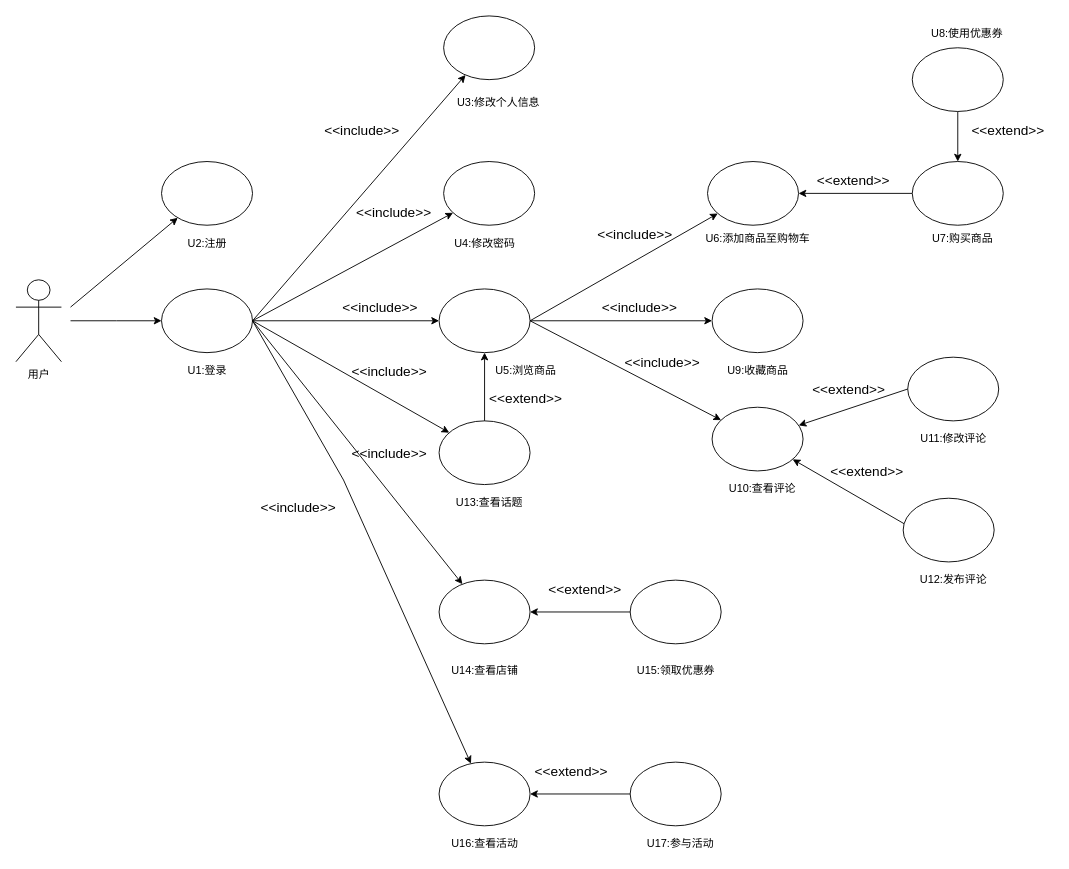
The draw.io diagram 软工导论小组作业/需求建模之用例模型（商品模块-用户）.drawio in app1echip/grams, before the edit. Source tidied: cells renumbered, new cells numbered last; positions are measured from the earlier drawing's top-left corner, leaving out a move shared by most shapes. Both pictures are drawn from the tidied source at 91%, with x=0, y=0 at pixel (15, 15).
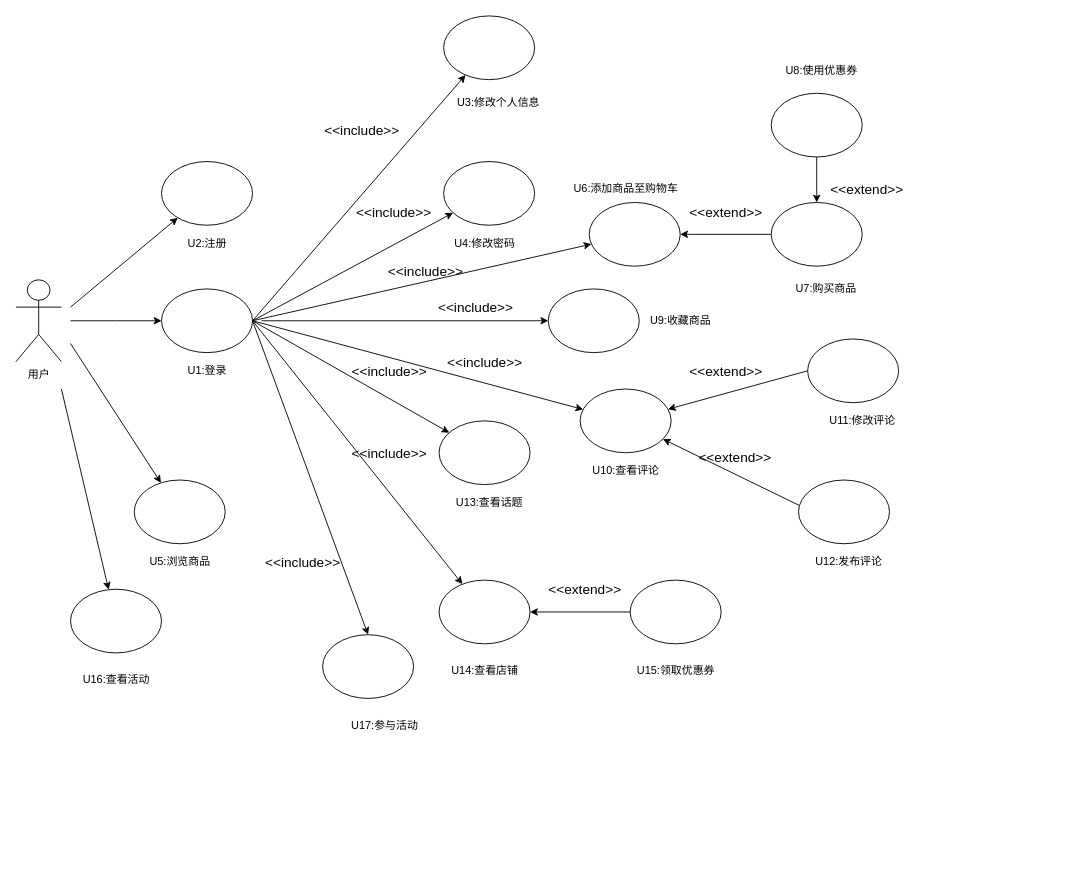
The same diagram, later.

Commit message:
Update 需求建模之用例模型（商品模块-用户）.drawio

Unchanged cells that the change refers to:
```xml
<mxCell id="6" style="ellipse;whiteSpace=wrap;html=1;" parent="1" vertex="1">
  <mxGeometry x="160" y="300" width="100" height="70" as="geometry" />
</mxCell>
<mxCell id="27" style="ellipse;whiteSpace=wrap;html=1;" parent="1" vertex="1">
  <mxGeometry x="465" y="445" width="100" height="70" as="geometry" />
</mxCell>
```

Diff of the diagram source:
```diff
@@
-    <mxCell id="7" style="edgeStyle=none;rounded=0;jettySize=auto;html=1;entryX=1;entryY=0.5;entryDx=0;entryDy=0;startArrow=classic;startFill=1;endArrow=none;endFill=0;" parent="1" edge="1" source="9" target="6">
-      <mxGeometry relative="1" as="geometry" />
+    <mxCell id="7" style="edgeStyle=none;rounded=0;jettySize=auto;html=1;startArrow=classic;startFill=1;endArrow=none;endFill=0;" parent="1" edge="1" source="71">
+      <mxGeometry relative="1" as="geometry">
+        <mxPoint x="60" y="360" as="targetPoint" />
+      </mxGeometry>
     </mxCell>
-    <mxCell id="8" style="edgeStyle=none;rounded=0;jettySize=auto;html=1;entryX=0.5;entryY=0;entryDx=0;entryDy=0;startArrow=classic;startFill=1;endArrow=none;endFill=0;" parent="1" edge="1" source="9" target="27">
-      <mxGeometry relative="1" as="geometry" />
-    </mxCell>
-    <mxCell id="9" style="ellipse;whiteSpace=wrap;html=1;" parent="1" vertex="1">
-      <mxGeometry x="465" y="300" width="100" height="70" as="geometry" />
-    </mxCell>
-    <mxCell id="10" style="edgeStyle=none;rounded=0;jettySize=auto;html=1;entryX=1;entryY=0.5;entryDx=0;entryDy=0;startArrow=classic;startFill=1;endArrow=none;endFill=0;" parent="1" edge="1" source="11" target="9">
-      <mxGeometry relative="1" as="geometry" />
+    <mxCell id="10" style="edgeStyle=none;rounded=0;jettySize=auto;html=1;startArrow=classic;startFill=1;endArrow=none;endFill=0;" parent="1" edge="1" source="11">
+      <mxGeometry relative="1" as="geometry">
+        <mxPoint x="260" y="335" as="targetPoint" />
+      </mxGeometry>
     </mxCell>
     <mxCell id="11" style="ellipse;whiteSpace=wrap;html=1;" parent="1" vertex="1">
-      <mxGeometry x="760" y="160" width="100" height="70" as="geometry" />
+      <mxGeometry x="630" y="205" width="100" height="70" as="geometry" />
     </mxCell>
@@
     <mxCell id="14" style="ellipse;whiteSpace=wrap;html=1;" parent="1" vertex="1">
-      <mxGeometry x="985" y="160" width="100" height="70" as="geometry" />
+      <mxGeometry x="830" y="205" width="100" height="70" as="geometry" />
     </mxCell>
@@
-    <mxCell id="17" style="edgeStyle=none;rounded=0;jettySize=auto;html=1;entryX=1;entryY=0.5;entryDx=0;entryDy=0;startArrow=classic;startFill=1;endArrow=none;endFill=0;" parent="1" edge="1" source="20" target="9">
-      <mxGeometry relative="1" as="geometry" />
+    <mxCell id="17" style="edgeStyle=none;rounded=0;jettySize=auto;html=1;startArrow=classic;startFill=1;endArrow=none;endFill=0;" parent="1" edge="1" source="20">
+      <mxGeometry relative="1" as="geometry">
+        <mxPoint x="260" y="335" as="targetPoint" />
+      </mxGeometry>
     </mxCell>
@@
     <mxCell id="20" style="ellipse;whiteSpace=wrap;html=1;" parent="1" vertex="1">
-      <mxGeometry x="765" y="430" width="100" height="70" as="geometry" />
+      <mxGeometry x="620" y="410" width="100" height="70" as="geometry" />
     </mxCell>
@@
     <mxCell id="24" style="ellipse;whiteSpace=wrap;html=1;" parent="1" vertex="1">
-      <mxGeometry x="980" y="375" width="100" height="70" as="geometry" />
+      <mxGeometry x="870" y="355" width="100" height="70" as="geometry" />
     </mxCell>
     <mxCell id="25" style="ellipse;whiteSpace=wrap;html=1;" parent="1" vertex="1">
-      <mxGeometry x="985" y="35" width="100" height="70" as="geometry" />
+      <mxGeometry x="830" y="85" width="100" height="70" as="geometry" />
     </mxCell>
@@
-    <mxCell id="29" style="edgeStyle=none;rounded=0;jettySize=auto;html=1;entryX=1;entryY=0.5;entryDx=0;entryDy=0;startArrow=classic;startFill=1;endArrow=none;endFill=0;" parent="1" edge="1" source="30" target="9">
-      <mxGeometry relative="1" as="geometry" />
+    <mxCell id="29" style="edgeStyle=none;rounded=0;jettySize=auto;html=1;startArrow=classic;startFill=1;endArrow=none;endFill=0;" parent="1" edge="1" source="30">
+      <mxGeometry relative="1" as="geometry">
+        <mxPoint x="270" y="335" as="targetPoint" />
+      </mxGeometry>
     </mxCell>
     <mxCell id="30" style="ellipse;whiteSpace=wrap;html=1;" parent="1" vertex="1">
-      <mxGeometry x="765" y="300" width="100" height="70" as="geometry" />
+      <mxGeometry x="585" y="300" width="100" height="70" as="geometry" />
     </mxCell>
@@
     <mxCell id="32" value="&lt;span&gt;U11:&lt;/span&gt;&lt;span&gt;修改评论&lt;/span&gt;" style="text;html=1;align=center;verticalAlign=middle;" parent="1" vertex="1">
-      <mxGeometry x="985" y="455" width="90" height="20" as="geometry" />
+      <mxGeometry x="885" y="435" width="90" height="20" as="geometry" />
     </mxCell>
@@
     <mxCell id="34" value="&lt;span&gt;U10:查看&lt;/span&gt;&lt;span&gt;评论&lt;/span&gt;" style="text;html=1;align=center;verticalAlign=middle;" parent="1" vertex="1">
-      <mxGeometry x="775" y="510" width="90" height="20" as="geometry" />
+      <mxGeometry x="625" y="490" width="90" height="20" as="geometry" />
     </mxCell>
     <mxCell id="35" value="&lt;span&gt;U9:&lt;/span&gt;&lt;span&gt;收藏商品&lt;/span&gt;" style="text;html=1;align=center;verticalAlign=middle;" parent="1" vertex="1">
-      <mxGeometry x="775" y="380" width="80" height="20" as="geometry" />
+      <mxGeometry x="690" y="325" width="80" height="20" as="geometry" />
     </mxCell>
     <mxCell id="36" value="&lt;span&gt;U7:&lt;/span&gt;&lt;span&gt;购买商品&lt;/span&gt;" style="text;html=1;align=center;verticalAlign=middle;" parent="1" vertex="1">
-      <mxGeometry x="1000" y="235" width="80" height="20" as="geometry" />
+      <mxGeometry x="850" y="290" width="80" height="20" as="geometry" />
     </mxCell>
@@
     <mxCell id="40" value="&lt;span&gt;U8:&lt;/span&gt;&lt;span&gt;使用优惠券&lt;/span&gt;" style="text;html=1;align=center;verticalAlign=middle;" parent="1" vertex="1">
-      <mxGeometry x="1000" y="10" width="90" height="20" as="geometry" />
+      <mxGeometry x="840" y="50" width="90" height="20" as="geometry" />
     </mxCell>
@@
-    <mxCell id="42" value="&lt;span&gt;U5:&lt;/span&gt;&lt;span&gt;浏览商品&lt;/span&gt;" style="text;html=1;align=center;verticalAlign=middle;" parent="1" vertex="1">
-      <mxGeometry x="520" y="380" width="80" height="20" as="geometry" />
-    </mxCell>
     <mxCell id="43" value="&lt;span&gt;U6:&lt;/span&gt;&lt;span&gt;添加商品至购物车&lt;/span&gt;" style="text;html=1;align=center;verticalAlign=middle;" parent="1" vertex="1">
-      <mxGeometry x="750" y="235" width="130" height="20" as="geometry" />
+      <mxGeometry x="605" y="180" width="130" height="20" as="geometry" />
     </mxCell>
@@
-    <mxCell id="45" value="&lt;font style=&quot;font-size: 15px&quot;&gt;&amp;lt;&amp;lt;include&amp;gt;&amp;gt;&lt;/font&gt;" style="text;html=1;align=center;verticalAlign=middle;" parent="1" vertex="1">
-      <mxGeometry x="350" y="310" width="100" height="20" as="geometry" />
-    </mxCell>
     <mxCell id="46" value="&lt;font style=&quot;font-size: 15px&quot;&gt;&amp;lt;&amp;lt;include&amp;gt;&amp;gt;&lt;/font&gt;" style="text;html=1;align=center;verticalAlign=middle;" parent="1" vertex="1">
-      <mxGeometry x="630" y="230" width="100" height="20" as="geometry" />
+      <mxGeometry x="400" y="270" width="100" height="20" as="geometry" />
     </mxCell>
     <mxCell id="47" value="&lt;font style=&quot;font-size: 15px&quot;&gt;&amp;lt;&amp;lt;include&amp;gt;&amp;gt;&lt;/font&gt;" style="text;html=1;align=center;verticalAlign=middle;" parent="1" vertex="1">
-      <mxGeometry x="635" y="310" width="100" height="20" as="geometry" />
+      <mxGeometry x="455" y="310" width="100" height="20" as="geometry" />
     </mxCell>
-    <mxCell id="48" value="&lt;font style=&quot;font-size: 15px&quot;&gt;&amp;lt;&amp;lt;extend&amp;gt;&amp;gt;&lt;/font&gt;" style="text;html=1;align=center;verticalAlign=middle;" parent="1" vertex="1">
-      <mxGeometry x="510" y="410" width="100" height="20" as="geometry" />
-    </mxCell>
@@
     <mxCell id="53" value="&lt;font style=&quot;font-size: 15px&quot;&gt;&amp;lt;&amp;lt;include&amp;gt;&amp;gt;&lt;/font&gt;" style="text;html=1;align=center;verticalAlign=middle;" parent="1" vertex="1">
-      <mxGeometry x="660" y="370" width="100" height="20" as="geometry" />
+      <mxGeometry x="465" y="370" width="100" height="20" as="geometry" />
     </mxCell>
@@
     <mxCell id="55" style="ellipse;whiteSpace=wrap;html=1;" parent="1" vertex="1">
-      <mxGeometry x="975" y="530" width="100" height="70" as="geometry" />
+      <mxGeometry x="860" y="510" width="100" height="70" as="geometry" />
     </mxCell>
     <mxCell id="56" value="&lt;span&gt;U12:发布&lt;/span&gt;&lt;span&gt;评论&lt;/span&gt;" style="text;html=1;align=center;verticalAlign=middle;" parent="1" vertex="1">
-      <mxGeometry x="985" y="610" width="90" height="20" as="geometry" />
+      <mxGeometry x="870" y="590" width="90" height="20" as="geometry" />
     </mxCell>
     <mxCell id="57" value="&lt;font style=&quot;font-size: 15px&quot;&gt;&amp;lt;&amp;lt;extend&amp;gt;&amp;gt;&lt;/font&gt;" style="text;html=1;align=center;verticalAlign=middle;" parent="1" vertex="1">
-      <mxGeometry x="865" y="400" width="100" height="20" as="geometry" />
+      <mxGeometry x="730" y="380" width="100" height="20" as="geometry" />
     </mxCell>
     <mxCell id="58" value="&lt;font style=&quot;font-size: 15px&quot;&gt;&amp;lt;&amp;lt;extend&amp;gt;&amp;gt;&lt;/font&gt;" style="text;html=1;align=center;verticalAlign=middle;" parent="1" vertex="1">
-      <mxGeometry x="885" y="490" width="100" height="20" as="geometry" />
+      <mxGeometry x="740" y="475" width="100" height="20" as="geometry" />
     </mxCell>
@@
     <mxCell id="61" value="&lt;font style=&quot;font-size: 15px&quot;&gt;&amp;lt;&amp;lt;extend&amp;gt;&amp;gt;&lt;/font&gt;" style="text;html=1;align=center;verticalAlign=middle;" parent="1" vertex="1">
-      <mxGeometry x="1040" y="115" width="100" height="20" as="geometry" />
+      <mxGeometry x="885" y="180" width="100" height="20" as="geometry" />
     </mxCell>
-    <mxCell id="62" style="edgeStyle=none;rounded=0;jettySize=auto;html=1;entryX=1;entryY=0.5;entryDx=0;entryDy=0;startArrow=classic;startFill=1;endArrow=none;endFill=0;" parent="1" edge="1" source="64" target="6">
+    <mxCell id="62" style="rounded=0;jettySize=auto;html=1;startArrow=classic;startFill=1;endArrow=none;endFill=0;" parent="1" edge="1" source="64">
       <mxGeometry relative="1" as="geometry">
-        <Array as="points">
-          <mxPoint x="360" y="510" />
-        </Array>
+        <mxPoint x="50" y="410" as="targetPoint" />
       </mxGeometry>
     </mxCell>
-    <mxCell id="63" style="edgeStyle=none;rounded=0;jettySize=auto;html=1;entryX=0;entryY=0.5;entryDx=0;entryDy=0;startArrow=classic;startFill=1;endArrow=none;endFill=0;" parent="1" edge="1" source="64" target="67">
+    <mxCell id="63" style="edgeStyle=none;rounded=0;jettySize=auto;html=1;entryX=0.5;entryY=0;entryDx=0;entryDy=0;startArrow=none;startFill=0;endArrow=classic;endFill=1;exitX=1;exitY=0.5;exitDx=0;exitDy=0;" parent="1" edge="1" source="6" target="67">
       <mxGeometry relative="1" as="geometry" />
     </mxCell>
     <mxCell id="64" style="ellipse;whiteSpace=wrap;html=1;" parent="1" vertex="1">
-      <mxGeometry x="465" y="820" width="100" height="70" as="geometry" />
+      <mxGeometry x="60" y="630" width="100" height="70" as="geometry" />
     </mxCell>
     <mxCell id="65" value="&lt;span&gt;U16:&lt;/span&gt;&lt;span&gt;查看活动&lt;/span&gt;" style="text;html=1;align=center;verticalAlign=middle;" parent="1" vertex="1">
-      <mxGeometry x="470" y="900" width="90" height="20" as="geometry" />
+      <mxGeometry x="65" y="720" width="90" height="20" as="geometry" />
     </mxCell>
-    <mxCell id="66" value="&lt;font style=&quot;font-size: 15px&quot;&gt;&amp;lt;&amp;lt;include&amp;gt;&amp;gt;&lt;/font&gt;" style="text;html=1;align=center;verticalAlign=middle;" parent="1" vertex="1">
-      <mxGeometry x="260" y="530" width="100" height="20" as="geometry" />
-    </mxCell>
     <mxCell id="67" style="ellipse;whiteSpace=wrap;html=1;" parent="1" vertex="1">
-      <mxGeometry x="675" y="820" width="100" height="70" as="geometry" />
+      <mxGeometry x="337" y="680" width="100" height="70" as="geometry" />
     </mxCell>
     <mxCell id="68" value="&lt;span&gt;U17:参与&lt;/span&gt;&lt;span&gt;活动&lt;/span&gt;" style="text;html=1;align=center;verticalAlign=middle;" parent="1" vertex="1">
-      <mxGeometry x="685" y="900" width="90" height="20" as="geometry" />
+      <mxGeometry x="360" y="770" width="90" height="20" as="geometry" />
     </mxCell>
-    <mxCell id="69" value="&lt;font style=&quot;font-size: 15px&quot;&gt;&amp;lt;&amp;lt;extend&amp;gt;&amp;gt;&lt;/font&gt;" style="text;html=1;align=center;verticalAlign=middle;" parent="1" vertex="1">
-      <mxGeometry x="560" y="820" width="100" height="20" as="geometry" />
-    </mxCell>
     <mxCell id="70" value="&lt;font style=&quot;font-size: 15px&quot;&gt;&amp;lt;&amp;lt;extend&amp;gt;&amp;gt;&lt;/font&gt;" style="text;html=1;align=center;verticalAlign=middle;" parent="1" vertex="1">
-      <mxGeometry x="870" y="170" width="100" height="20" as="geometry" />
+      <mxGeometry x="730" y="205" width="100" height="20" as="geometry" />
     </mxCell>
+    <mxCell id="71" style="ellipse;whiteSpace=wrap;html=1;" parent="1" vertex="1">
+      <mxGeometry x="130" y="510" width="100" height="70" as="geometry" />
+    </mxCell>
+    <mxCell id="42" value="&lt;span&gt;U5:&lt;/span&gt;&lt;span&gt;浏览商品&lt;/span&gt;" style="text;html=1;align=center;verticalAlign=middle;" parent="1" vertex="1">
+      <mxGeometry x="140" y="590" width="80" height="20" as="geometry" />
+    </mxCell>
+    <mxCell id="72" value="&lt;font style=&quot;font-size: 15px&quot;&gt;&amp;lt;&amp;lt;include&amp;gt;&amp;gt;&lt;/font&gt;" style="text;html=1;align=center;verticalAlign=middle;" parent="1" vertex="1">
+      <mxGeometry x="265" y="590" width="100" height="20" as="geometry" />
+    </mxCell>
```
